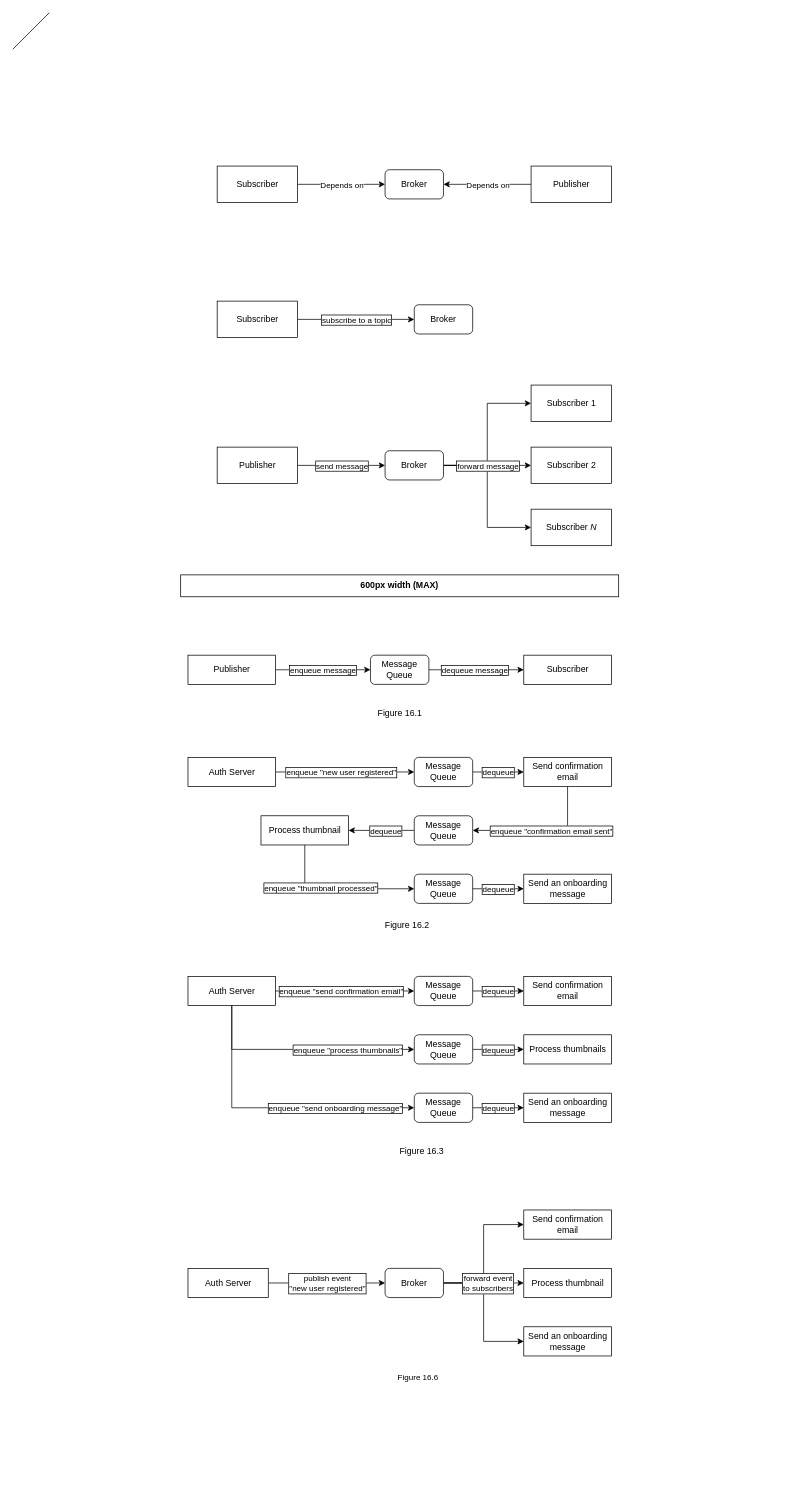
Above: page "Pub-Sub" (3 of 7) of Diagrams/Microservices.drawio in PacktPublishing/Architecting-ASP.NET-Core-Applications-3E (draw.io), before the change. Source tidied: cells renumbered, new cells numbered last; positions are measured from the earlier drawing's top-left corner, leaving out a move shared by most shapes. Both pictures are drawn from the tidied source at 73%, with x=0, y=0 at pixel (12, 12).
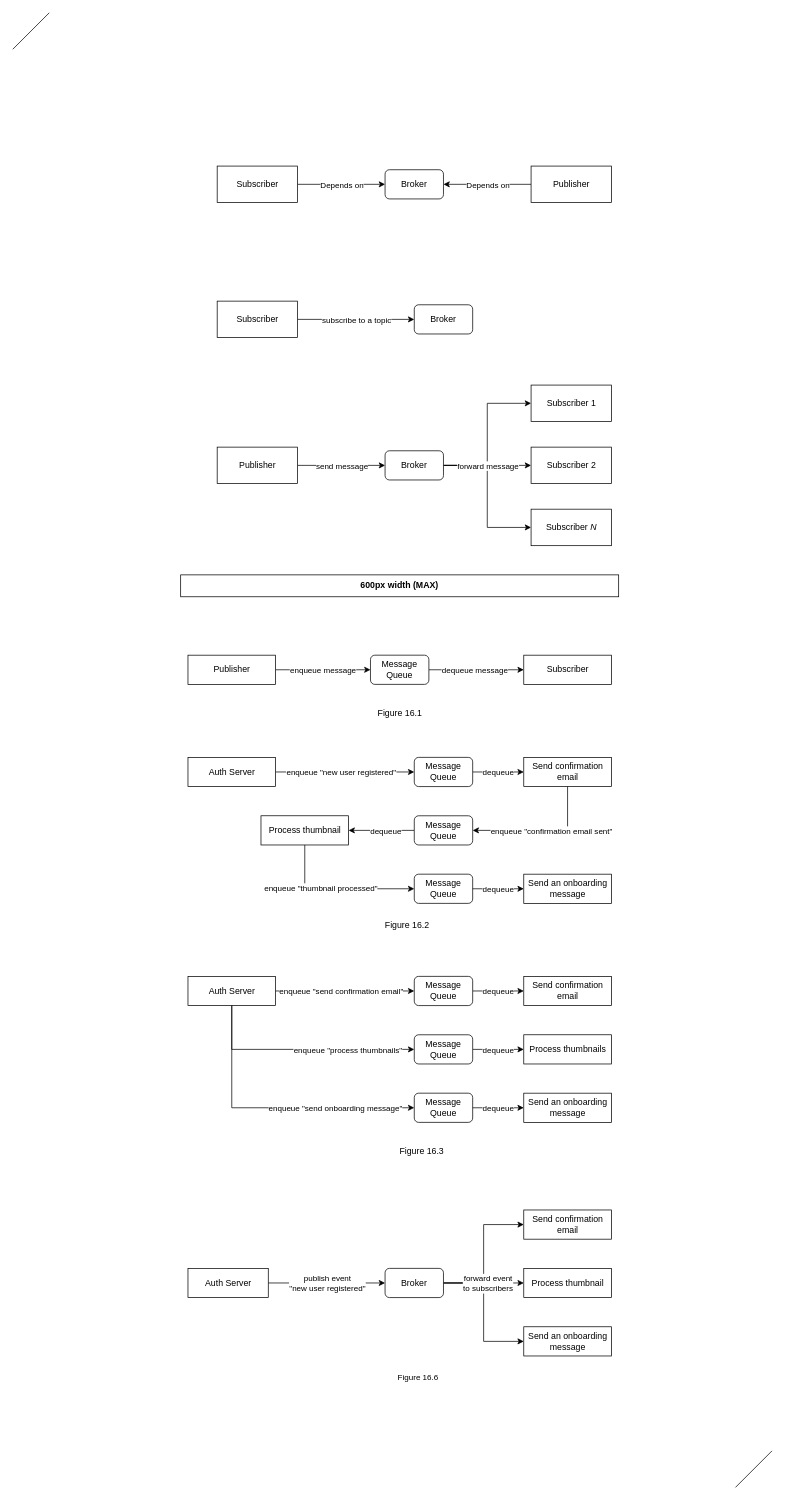
The same page after the edit.

The change refers to these unchanged cells:
```xml
<mxCell id="4" style="edgeStyle=elbowEdgeStyle;rounded=0;jettySize=auto;html=1;" parent="1" edge="1" source="6" target="12">
  <mxGeometry relative="1" as="geometry" />
</mxCell>
<mxCell id="7" style="edgeStyle=orthogonalEdgeStyle;rounded=0;jettySize=auto;html=1;" parent="1" edge="1" source="9" target="6">
  <mxGeometry relative="1" as="geometry" />
</mxCell>
<mxCell id="13" style="edgeStyle=elbowEdgeStyle;rounded=0;jettySize=auto;html=1;startArrow=classic;startFill=1;endArrow=none;endFill=0;" parent="1" edge="1" source="15" target="16">
  <mxGeometry relative="1" as="geometry" />
</mxCell>
<mxCell id="17" style="edgeStyle=orthogonalEdgeStyle;rounded=0;jettySize=auto;html=1;" parent="1" edge="1" source="19" target="23">
  <mxGeometry relative="1" as="geometry" />
</mxCell>
<mxCell id="20" style="edgeStyle=orthogonalEdgeStyle;rounded=0;jettySize=auto;html=1;" parent="1" edge="1" source="22" target="19">
  <mxGeometry relative="1" as="geometry" />
</mxCell>
<mxCell id="24" style="edgeStyle=orthogonalEdgeStyle;rounded=0;jettySize=auto;html=1;" parent="1" edge="1" source="26" target="30">
  <mxGeometry relative="1" as="geometry" />
</mxCell>
<mxCell id="27" style="edgeStyle=orthogonalEdgeStyle;rounded=0;jettySize=auto;html=1;" parent="1" edge="1" source="29" target="26">
  <mxGeometry relative="1" as="geometry" />
</mxCell>
<mxCell id="33" style="edgeStyle=elbowEdgeStyle;rounded=0;jettySize=auto;html=1;" parent="1" edge="1" source="35" target="41">
  <mxGeometry relative="1" as="geometry" />
</mxCell>
<mxCell id="36" style="edgeStyle=orthogonalEdgeStyle;rounded=0;jettySize=auto;html=1;" parent="1" edge="1" source="38" target="35">
  <mxGeometry relative="1" as="geometry" />
</mxCell>
<mxCell id="42" style="edgeStyle=orthogonalEdgeStyle;rounded=0;jettySize=auto;html=1;" parent="1" edge="1" source="44" target="47">
  <mxGeometry relative="1" as="geometry" />
</mxCell>
<mxCell id="45" style="edgeStyle=orthogonalEdgeStyle;rounded=0;jettySize=auto;html=1;entryX=1;entryY=0.5;entryDx=0;entryDy=0;exitX=0.5;exitY=1;exitDx=0;exitDy=0;" parent="1" edge="1" source="30" target="44">
  <mxGeometry relative="1" as="geometry" />
</mxCell>
<mxCell id="50" style="edgeStyle=orthogonalEdgeStyle;rounded=0;jettySize=auto;html=1;entryX=0;entryY=0.5;entryDx=0;entryDy=0;exitX=0.5;exitY=1;exitDx=0;exitDy=0;" parent="1" edge="1" source="47" target="49">
  <mxGeometry relative="1" as="geometry" />
</mxCell>
<mxCell id="52" style="edgeStyle=orthogonalEdgeStyle;rounded=0;jettySize=auto;html=1;" parent="1" edge="1" source="49" target="48">
  <mxGeometry relative="1" as="geometry" />
</mxCell>
<mxCell id="54" style="edgeStyle=orthogonalEdgeStyle;rounded=0;jettySize=auto;html=1;" parent="1" edge="1" source="56" target="60">
  <mxGeometry relative="1" as="geometry" />
</mxCell>
<mxCell id="57" style="edgeStyle=orthogonalEdgeStyle;rounded=0;jettySize=auto;html=1;" parent="1" edge="1" source="59" target="56">
  <mxGeometry relative="1" as="geometry" />
</mxCell>
<mxCell id="61" style="edgeStyle=orthogonalEdgeStyle;rounded=0;jettySize=auto;html=1;" parent="1" edge="1" source="63" target="66">
  <mxGeometry relative="1" as="geometry" />
</mxCell>
<mxCell id="64" style="edgeStyle=orthogonalEdgeStyle;rounded=0;jettySize=auto;html=1;entryX=0;entryY=0.5;entryDx=0;entryDy=0;exitX=0.5;exitY=1;exitDx=0;exitDy=0;" parent="1" edge="1" source="59" target="63">
  <mxGeometry relative="1" as="geometry" />
</mxCell>
<mxCell id="69" style="edgeStyle=orthogonalEdgeStyle;rounded=0;jettySize=auto;html=1;entryX=0;entryY=0.5;entryDx=0;entryDy=0;exitX=0.5;exitY=1;exitDx=0;exitDy=0;" parent="1" edge="1" source="59" target="68">
  <mxGeometry relative="1" as="geometry" />
</mxCell>
<mxCell id="71" style="edgeStyle=orthogonalEdgeStyle;rounded=0;jettySize=auto;html=1;" parent="1" edge="1" source="68" target="67">
  <mxGeometry relative="1" as="geometry" />
</mxCell>
<mxCell id="82" style="edgeStyle=none;html=1;" parent="1" edge="1" source="84" target="80">
  <mxGeometry relative="1" as="geometry" />
</mxCell>
```

Change to the diagram source:
```diff
@@
-    <mxCell id="5" value="forward message" style="edgeLabel;html=1;align=center;verticalAlign=middle;labelBorderColor=#000000;" parent="4" vertex="1">
+    <mxCell id="5" value="forward message" style="edgeLabel;html=1;align=center;verticalAlign=middle;labelBorderColor=none;" parent="4" vertex="1">
       <mxGeometry x="-0.67" relative="1" as="geometry">
         <mxPoint x="26" as="offset" />
       </mxGeometry>
     </mxCell>
@@
-    <mxCell id="8" value="send message" style="edgeLabel;align=center;verticalAlign=middle;labelBorderColor=#000000;spacingTop=0;labelPadding=0;backgroundOutline=0;imageHeight=24;imageAspect=1;html=1;spacing=2;spacingRight=0;" parent="7" vertex="1">
+    <mxCell id="8" value="send message" style="edgeLabel;align=center;verticalAlign=middle;labelBorderColor=none;spacingTop=0;labelPadding=0;backgroundOutline=0;imageHeight=24;imageAspect=1;html=1;spacing=2;spacingRight=0;" parent="7" vertex="1">
       <mxGeometry x="-0.18" y="1" relative="1" as="geometry">
         <mxPoint x="11" y="1" as="offset" />
       </mxGeometry>
     </mxCell>
@@
-    <mxCell id="14" value="subscribe to a topic" style="edgeLabel;html=1;align=center;verticalAlign=middle;labelBorderColor=#000000;" parent="13" vertex="1">
+    <mxCell id="14" value="subscribe to a topic" style="edgeLabel;html=1;align=center;verticalAlign=middle;labelBorderColor=none;" parent="13" vertex="1">
       <mxGeometry x="-0.67" relative="1" as="geometry">
         <mxPoint x="-54" as="offset" />
       </mxGeometry>
     </mxCell>
@@
-    <mxCell id="18" value="dequeue message" style="edgeLabel;html=1;align=center;verticalAlign=middle;labelBorderColor=#000000;" parent="17" vertex="1">
+    <mxCell id="18" value="dequeue message" style="edgeLabel;html=1;align=center;verticalAlign=middle;labelBorderColor=none;labelBackgroundColor=default;fontColor=default;" parent="17" vertex="1">
       <mxGeometry x="0.2" relative="1" as="geometry">
         <mxPoint x="-16" as="offset" />
       </mxGeometry>
     </mxCell>
@@
-    <mxCell id="21" value="enqueue message" style="edgeLabel;align=center;verticalAlign=middle;labelBorderColor=#000000;spacingTop=0;labelPadding=0;backgroundOutline=0;imageHeight=24;imageAspect=1;html=1;spacing=2;spacingRight=0;" parent="20" vertex="1">
+    <mxCell id="21" value="enqueue message" style="edgeLabel;align=center;verticalAlign=middle;labelBorderColor=none;spacingTop=0;labelPadding=0;backgroundOutline=0;imageHeight=24;imageAspect=1;html=1;spacing=2;spacingRight=0;labelBackgroundColor=default;fontColor=default;" parent="20" vertex="1">
       <mxGeometry x="-0.18" y="1" relative="1" as="geometry">
         <mxPoint x="11" y="1" as="offset" />
       </mxGeometry>
     </mxCell>
@@
-    <mxCell id="25" value="dequeue" style="edgeLabel;html=1;align=center;verticalAlign=middle;labelBorderColor=#000000;" parent="24" vertex="1">
+    <mxCell id="25" value="dequeue" style="edgeLabel;html=1;align=center;verticalAlign=middle;labelBorderColor=none;" parent="24" vertex="1">
       <mxGeometry x="0.2" relative="1" as="geometry">
         <mxPoint x="-8" as="offset" />
       </mxGeometry>
     </mxCell>
@@
-    <mxCell id="28" value="enqueue &quot;new user registered&quot;" style="edgeLabel;align=center;verticalAlign=middle;labelBorderColor=#000000;spacingTop=0;labelPadding=0;backgroundOutline=0;imageHeight=24;imageAspect=1;html=1;spacing=2;spacingRight=0;" parent="27" vertex="1">
+    <mxCell id="28" value="enqueue &quot;new user registered&quot;" style="edgeLabel;align=center;verticalAlign=middle;labelBorderColor=none;spacingTop=0;labelPadding=0;backgroundOutline=0;imageHeight=24;imageAspect=1;html=1;spacing=2;spacingRight=0;" parent="27" vertex="1">
       <mxGeometry x="-0.18" y="1" relative="1" as="geometry">
         <mxPoint x="11" y="1" as="offset" />
       </mxGeometry>
     </mxCell>
@@
-    <mxCell id="34" value="forward event&lt;br&gt;to subscribers" style="edgeLabel;html=1;align=center;verticalAlign=middle;labelBorderColor=#000000;" parent="33" vertex="1">
+    <mxCell id="34" value="forward event&lt;br&gt;to subscribers" style="edgeLabel;html=1;align=center;verticalAlign=middle;labelBorderColor=none;" parent="33" vertex="1">
       <mxGeometry x="-0.67" relative="1" as="geometry">
         <mxPoint x="29" as="offset" />
       </mxGeometry>
     </mxCell>
@@
-    <mxCell id="37" value="publish event&lt;br style=&quot;font-size: 11px&quot;&gt;&quot;new user registered&quot;" style="edgeLabel;align=center;verticalAlign=middle;labelBorderColor=#000000;spacingTop=0;labelPadding=0;backgroundOutline=0;imageHeight=24;imageAspect=1;html=1;spacing=2;spacingRight=0;fontSize=11;" parent="36" vertex="1">
+    <mxCell id="37" value="publish event&lt;br style=&quot;font-size: 11px&quot;&gt;&quot;new user registered&quot;" style="edgeLabel;align=center;verticalAlign=middle;labelBorderColor=none;spacingTop=0;labelPadding=0;backgroundOutline=0;imageHeight=24;imageAspect=1;html=1;spacing=2;spacingRight=0;fontSize=11;" parent="36" vertex="1">
       <mxGeometry x="-0.18" y="1" relative="1" as="geometry">
         <mxPoint x="14" y="1" as="offset" />
       </mxGeometry>
     </mxCell>
@@
-    <mxCell id="43" value="dequeue" style="edgeLabel;html=1;align=center;verticalAlign=middle;labelBorderColor=#000000;" parent="42" vertex="1">
+    <mxCell id="43" value="dequeue" style="edgeLabel;html=1;align=center;verticalAlign=middle;labelBorderColor=none;" parent="42" vertex="1">
       <mxGeometry x="0.2" relative="1" as="geometry">
         <mxPoint x="14" as="offset" />
       </mxGeometry>
     </mxCell>
@@
-    <mxCell id="46" value="enqueue &quot;confirmation email sent&quot;" style="edgeLabel;align=center;verticalAlign=middle;labelBorderColor=#000000;spacingTop=0;labelPadding=0;backgroundOutline=0;imageHeight=24;imageAspect=1;html=1;spacing=2;spacingRight=0;" parent="45" vertex="1">
+    <mxCell id="46" value="enqueue &quot;confirmation email sent&quot;" style="edgeLabel;align=center;verticalAlign=middle;labelBorderColor=none;spacingTop=0;labelPadding=0;backgroundOutline=0;imageHeight=24;imageAspect=1;html=1;spacing=2;spacingRight=0;" parent="45" vertex="1">
       <mxGeometry x="-0.18" y="1" relative="1" as="geometry">
         <mxPoint x="-5" y="-1" as="offset" />
       </mxGeometry>
     </mxCell>
@@
-    <mxCell id="51" value="enqueue &quot;thumbnail processed&quot;" style="edgeLabel;align=center;verticalAlign=middle;labelBorderColor=#000000;spacingTop=0;labelPadding=0;backgroundOutline=0;imageHeight=24;imageAspect=1;html=1;spacing=2;spacingRight=0;" parent="50" vertex="1">
+    <mxCell id="51" value="enqueue &quot;thumbnail processed&quot;" style="edgeLabel;align=center;verticalAlign=middle;labelBorderColor=none;spacingTop=0;labelPadding=0;backgroundOutline=0;imageHeight=24;imageAspect=1;html=1;spacing=2;spacingRight=0;" parent="50" vertex="1">
       <mxGeometry x="-0.18" y="1" relative="1" as="geometry">
         <mxPoint x="-5" y="-1" as="offset" />
       </mxGeometry>
     </mxCell>
@@
-    <mxCell id="53" value="dequeue" style="edgeLabel;html=1;align=center;verticalAlign=middle;labelBorderColor=#000000;" parent="52" vertex="1">
+    <mxCell id="53" value="dequeue" style="edgeLabel;html=1;align=center;verticalAlign=middle;labelBorderColor=none;" parent="52" vertex="1">
       <mxGeometry x="0.2" relative="1" as="geometry">
         <mxPoint x="-8" as="offset" />
       </mxGeometry>
     </mxCell>
@@
-    <mxCell id="55" value="dequeue" style="edgeLabel;html=1;align=center;verticalAlign=middle;labelBorderColor=#000000;" parent="54" vertex="1">
+    <mxCell id="55" value="dequeue" style="edgeLabel;html=1;align=center;verticalAlign=middle;labelBorderColor=none;" parent="54" vertex="1">
       <mxGeometry x="0.2" relative="1" as="geometry">
         <mxPoint x="-8" as="offset" />
       </mxGeometry>
     </mxCell>
@@
-    <mxCell id="58" value="enqueue &quot;send confirmation email&quot;" style="edgeLabel;align=center;verticalAlign=middle;labelBorderColor=#000000;spacingTop=0;labelPadding=0;backgroundOutline=0;imageHeight=24;imageAspect=1;html=1;spacing=2;spacingRight=0;" parent="57" vertex="1">
+    <mxCell id="58" value="enqueue &quot;send confirmation email&quot;" style="edgeLabel;align=center;verticalAlign=middle;labelBorderColor=none;spacingTop=0;labelPadding=0;backgroundOutline=0;imageHeight=24;imageAspect=1;html=1;spacing=2;spacingRight=0;" parent="57" vertex="1">
       <mxGeometry x="-0.18" y="1" relative="1" as="geometry">
         <mxPoint x="11" y="1" as="offset" />
       </mxGeometry>
     </mxCell>
@@
-    <mxCell id="62" value="dequeue" style="edgeLabel;html=1;align=center;verticalAlign=middle;labelBorderColor=#000000;" parent="61" vertex="1">
+    <mxCell id="62" value="dequeue" style="edgeLabel;html=1;align=center;verticalAlign=middle;labelBorderColor=none;" parent="61" vertex="1">
       <mxGeometry x="0.2" relative="1" as="geometry">
         <mxPoint x="-8" as="offset" />
       </mxGeometry>
     </mxCell>
@@
-    <mxCell id="65" value="enqueue &quot;process thumbnails&quot;" style="edgeLabel;align=center;verticalAlign=middle;labelBorderColor=#000000;spacingTop=0;labelPadding=0;backgroundOutline=0;imageHeight=24;imageAspect=1;html=1;spacing=2;spacingRight=0;" parent="64" vertex="1">
+    <mxCell id="65" value="enqueue &quot;process thumbnails&quot;" style="edgeLabel;align=center;verticalAlign=middle;labelBorderColor=none;spacingTop=0;labelPadding=0;backgroundOutline=0;imageHeight=24;imageAspect=1;html=1;spacing=2;spacingRight=0;" parent="64" vertex="1">
       <mxGeometry x="-0.18" y="1" relative="1" as="geometry">
         <mxPoint x="91" y="1" as="offset" />
       </mxGeometry>
     </mxCell>
@@
-    <mxCell id="70" value="enqueue &quot;send onboarding message&quot;" style="edgeLabel;align=center;verticalAlign=middle;labelBorderColor=#000000;spacingTop=0;labelPadding=0;backgroundOutline=0;imageHeight=24;imageAspect=1;html=1;spacing=2;spacingRight=0;" parent="69" vertex="1">
+    <mxCell id="70" value="enqueue &quot;send onboarding message&quot;" style="edgeLabel;align=center;verticalAlign=middle;labelBorderColor=none;spacingTop=0;labelPadding=0;backgroundOutline=0;imageHeight=24;imageAspect=1;html=1;spacing=2;spacingRight=0;" parent="69" vertex="1">
       <mxGeometry x="-0.18" y="1" relative="1" as="geometry">
         <mxPoint x="121" y="1" as="offset" />
       </mxGeometry>
     </mxCell>
@@
-    <mxCell id="72" value="dequeue" style="edgeLabel;html=1;align=center;verticalAlign=middle;labelBorderColor=#000000;" parent="71" vertex="1">
+    <mxCell id="72" value="dequeue" style="edgeLabel;html=1;align=center;verticalAlign=middle;labelBorderColor=none;" parent="71" vertex="1">
       <mxGeometry x="0.2" relative="1" as="geometry">
         <mxPoint x="-8" as="offset" />
       </mxGeometry>
     </mxCell>
@@
-    <mxCell id="83" value="Depends on" style="edgeLabel;html=1;align=center;verticalAlign=middle;" parent="82" vertex="1">
+    <mxCell id="83" value="Depends on" style="edgeLabel;html=1;align=center;verticalAlign=middle;labelBorderColor=none;" parent="82" vertex="1">
       <mxGeometry x="0.53" y="-2" relative="1" as="geometry">
         <mxPoint x="32" y="2" as="offset" />
       </mxGeometry>
     </mxCell>
@@
+    <mxCell id="86" style="endArrow=none;html=1;" parent="1" edge="1">
+      <mxGeometry relative="1" as="geometry">
+        <mxPoint x="990" y="2020" as="sourcePoint" />
+        <mxPoint x="1040" y="1970" as="targetPoint" />
+      </mxGeometry>
+    </mxCell>
```
